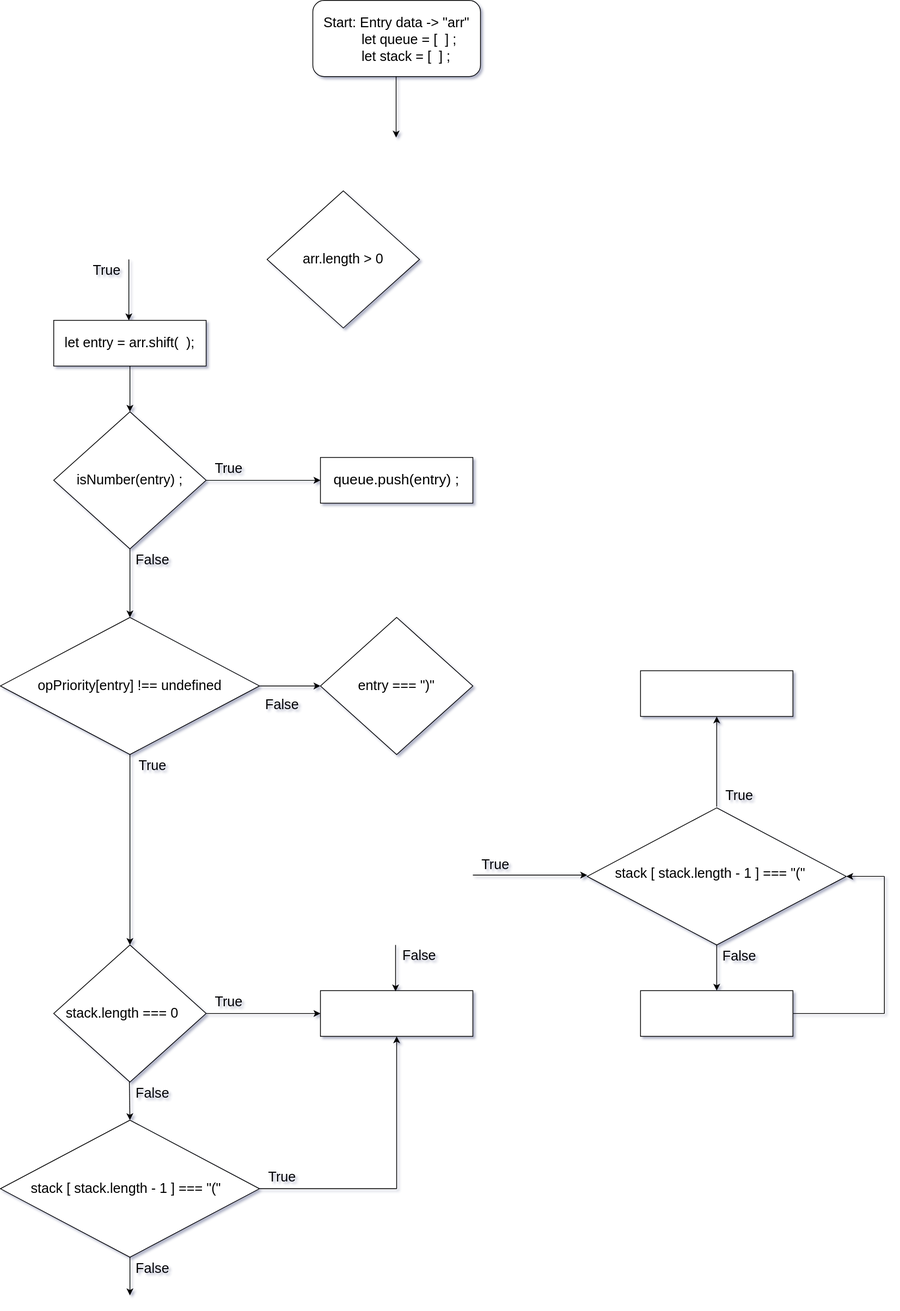
Earlier version of the draw.io export Untitled Diagram.drawio.svg (jcgm3205/jcgm3205). Source tidied: cells renumbered, new cells last; positions are measured from the earlier drawing's top-left corner, leaving out a move shared by most shapes.
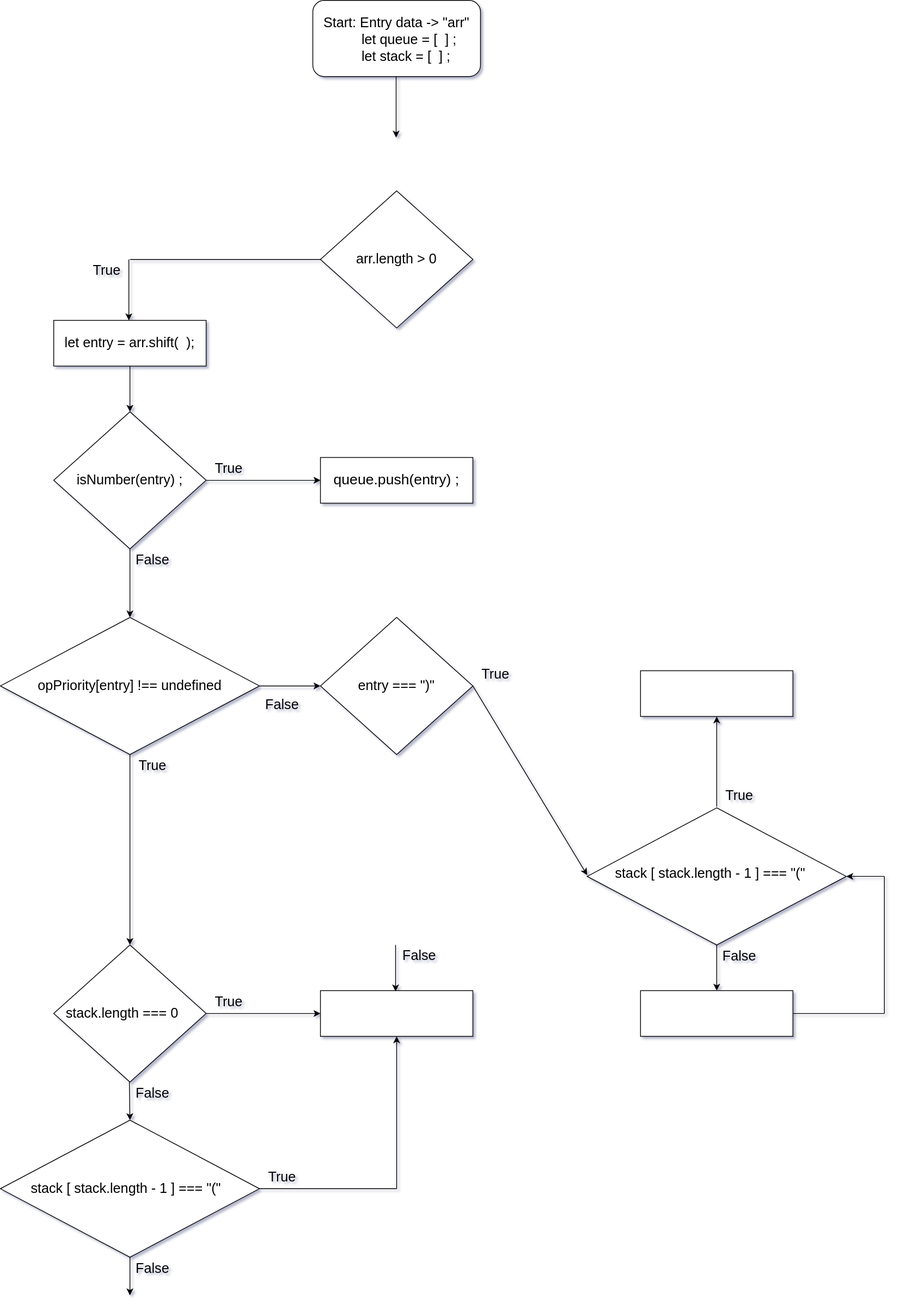
After the change.

Change to the diagram source:
```diff
@@ -15,10 +15,10 @@
       </mxGeometry>
     </mxCell>
     <mxCell id="5" style="rhombus;whiteSpace=wrap;html=1;fontSize=14;" parent="1" vertex="1">
-      <mxGeometry x="350" y="250" width="200" height="180" as="geometry" />
+      <mxGeometry x="420" y="250" width="200" height="180" as="geometry" />
     </mxCell>
     <mxCell id="6" value="&lt;font style=&quot;font-size: 18px&quot;&gt;arr.length &amp;gt; 0&lt;/font&gt;" style="text;html=1;strokeColor=none;fillColor=none;align=center;verticalAlign=middle;whiteSpace=wrap;rounded=0;fontSize=14;" parent="1" vertex="1">
-      <mxGeometry x="390" y="290" width="120" height="100" as="geometry" />
+      <mxGeometry x="460" y="290" width="120" height="100" as="geometry" />
     </mxCell>
     <mxCell id="7" style="endArrow=classic;html=1;rounded=0;fontSize=14;" parent="1" edge="1">
       <mxGeometry relative="1" as="geometry">
@@ -155,9 +155,8 @@
     <mxCell id="43" value="False" style="text;html=1;strokeColor=none;fillColor=none;align=center;verticalAlign=middle;whiteSpace=wrap;rounded=0;fontSize=18;" parent="1" vertex="1">
       <mxGeometry x="170" y="1420" width="60" height="30" as="geometry" />
     </mxCell>
-    <mxCell id="44" style="endArrow=classic;html=1;rounded=0;fontSize=18;entryX=0;entryY=0.5;entryDx=0;entryDy=0;" parent="1" edge="1">
+    <mxCell id="44" style="endArrow=classic;html=1;rounded=0;fontSize=18;entryX=0;entryY=0.5;entryDx=0;entryDy=0;exitX=1;exitY=0.5;exitDx=0;exitDy=0;" parent="1" edge="1" source="24">
       <mxGeometry relative="1" as="geometry">
-        <mxPoint x="620" y="1148.3" as="sourcePoint" />
         <mxPoint x="770" y="1148.3" as="targetPoint" />
       </mxGeometry>
     </mxCell>
@@ -168,7 +167,7 @@
       <mxGeometry x="805" y="1129" width="270" height="40" as="geometry" />
     </mxCell>
     <mxCell id="47" value="True" style="text;html=1;strokeColor=none;fillColor=none;align=center;verticalAlign=middle;whiteSpace=wrap;rounded=0;fontSize=18;" parent="1" vertex="1">
-      <mxGeometry x="620" y="1120" width="60" height="30" as="geometry" />
+      <mxGeometry x="620" y="870" width="60" height="30" as="geometry" />
     </mxCell>
     <mxCell id="48" style="endArrow=classic;html=1;rounded=0;fontSize=18;" parent="1" edge="1">
       <mxGeometry relative="1" as="geometry">
@@ -211,5 +210,10 @@
         <mxPoint x="1160" y="1150" as="sourcePoint" />
       </mxGeometry>
     </mxCell>
+    <mxCell id="57" style="endArrow=none;html=1;rounded=0;fontSize=18;entryX=0;entryY=0.5;entryDx=0;entryDy=0;" parent="1" edge="1" target="5">
+      <mxGeometry relative="1" as="geometry">
+        <mxPoint x="170" y="340" as="sourcePoint" />
+      </mxGeometry>
+    </mxCell>
   </root>
 </mxGraphModel>
```
